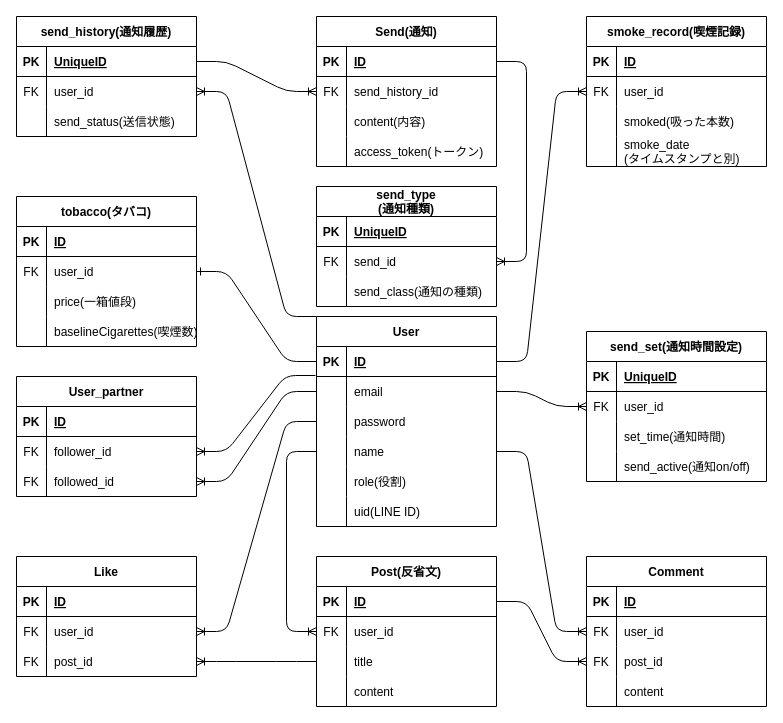
Above: ER図.dio in KotaroSakai/web_app (draw.io), before the change. Source tidied: cells renumbered, new cells numbered last; positions are measured from the earlier drawing's top-left corner, leaving out a move shared by most shapes. Both pictures are drawn from the tidied source at 100%, with x=0, y=0 at pixel (16, 16).
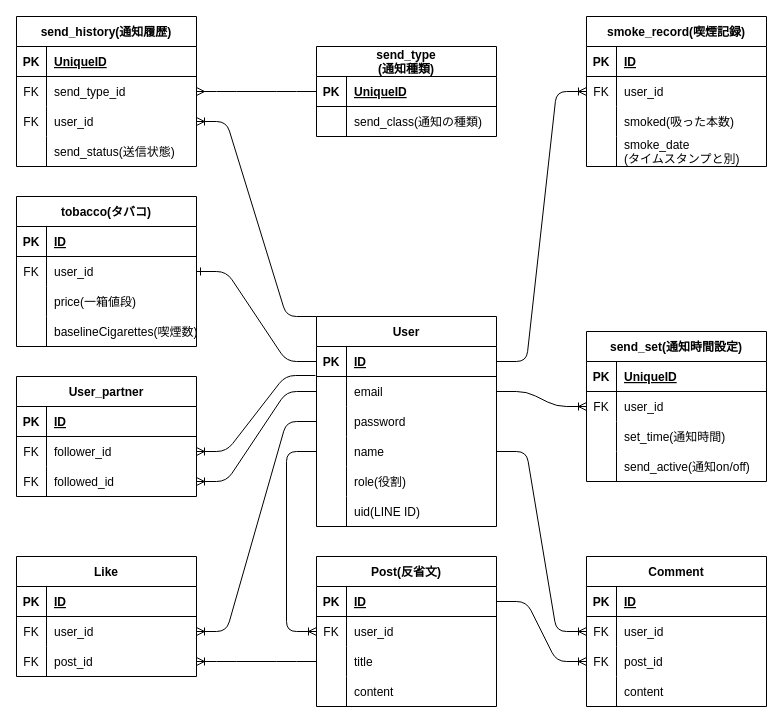
Above is the later version.

Unchanged cells that the change refers to:
```xml
<mxCell id="127" style="shape=tableRow;horizontal=0;startSize=0;swimlaneHead=0;swimlaneBody=0;fillColor=none;points=[[0,0.5],[1,0.5]];portConstraint=eastwest;top=0;left=0;right=0;bottom=1;" parent="126" vertex="1">
  <mxGeometry y="30" width="180" height="30" as="geometry" />
</mxCell>
<mxCell id="139" style="shape=tableRow;horizontal=0;startSize=0;swimlaneHead=0;swimlaneBody=0;fillColor=none;points=[[0,0.5],[1,0.5]];portConstraint=eastwest;top=0;left=0;right=0;bottom=1;" parent="138" vertex="1">
  <mxGeometry y="30" width="180" height="30" as="geometry" />
</mxCell>
```

What changed in the source:
```diff
@@
-    <mxCell id="83" value="Send(通知)" style="shape=table;startSize=30;childLayout=tableLayout;rowLines=0;fontStyle=1;align=center;" parent="1" vertex="1">
-      <mxGeometry x="300" width="180" height="150" as="geometry" />
-    </mxCell>
-    <mxCell id="84" style="shape=tableRow;horizontal=0;startSize=0;swimlaneHead=0;swimlaneBody=0;fillColor=none;points=[[0,0.5],[1,0.5]];portConstraint=eastwest;top=0;left=0;right=0;bottom=1;" parent="83" vertex="1">
-      <mxGeometry y="30" width="180" height="30" as="geometry" />
-    </mxCell>
-    <mxCell id="85" value="PK" style="shape=partialRectangle;fillColor=none;top=0;left=0;bottom=0;right=0;fontStyle=1;overflow=hidden;" parent="84" vertex="1">
-      <mxGeometry width="30" height="30" as="geometry" />
-    </mxCell>
-    <mxCell id="86" value="ID" style="shape=partialRectangle;fillColor=none;top=0;left=0;bottom=0;right=0;align=left;spacingLeft=6;fontStyle=5;overflow=hidden;" parent="84" vertex="1">
-      <mxGeometry x="30" width="150" height="30" as="geometry" />
-    </mxCell>
-    <mxCell id="87" style="shape=tableRow;horizontal=0;startSize=0;swimlaneHead=0;swimlaneBody=0;fillColor=none;points=[[0,0.5],[1,0.5]];portConstraint=eastwest;top=0;left=0;right=0;bottom=0;" parent="83" vertex="1">
-      <mxGeometry y="60" width="180" height="30" as="geometry" />
-    </mxCell>
-    <mxCell id="88" value="FK" style="shape=partialRectangle;fillColor=none;top=0;left=0;bottom=0;right=0;overflow=hidden;" parent="87" vertex="1">
-      <mxGeometry width="30" height="30" as="geometry" />
-    </mxCell>
-    <mxCell id="89" value="send_history_id" style="shape=partialRectangle;fillColor=none;top=0;left=0;bottom=0;right=0;align=left;spacingLeft=6;overflow=hidden;" parent="87" vertex="1">
-      <mxGeometry x="30" width="150" height="30" as="geometry" />
-    </mxCell>
-    <mxCell id="90" style="shape=tableRow;horizontal=0;startSize=0;swimlaneHead=0;swimlaneBody=0;fillColor=none;top=0;left=0;right=0;bottom=0;" parent="83" vertex="1">
-      <mxGeometry y="90" width="180" height="30" as="geometry" />
-    </mxCell>
-    <mxCell id="91" style="shape=partialRectangle;fillColor=none;top=0;left=0;bottom=0;right=0;overflow=hidden;" parent="90" vertex="1">
-      <mxGeometry width="30" height="30" as="geometry" />
-    </mxCell>
-    <mxCell id="92" value="content(内容)" style="shape=partialRectangle;fillColor=none;top=0;left=0;bottom=0;right=0;align=left;spacingLeft=6;overflow=hidden;" parent="90" vertex="1">
-      <mxGeometry x="30" width="150" height="30" as="geometry" />
-    </mxCell>
-    <mxCell id="93" style="shape=tableRow;horizontal=0;startSize=0;swimlaneHead=0;swimlaneBody=0;fillColor=none;top=0;left=0;right=0;bottom=0;" parent="83" vertex="1">
-      <mxGeometry y="120" width="180" height="30" as="geometry" />
-    </mxCell>
-    <mxCell id="94" style="shape=partialRectangle;fillColor=none;top=0;left=0;bottom=0;right=0;overflow=hidden;" parent="93" vertex="1">
-      <mxGeometry width="30" height="30" as="geometry" />
-    </mxCell>
-    <mxCell id="95" value="access_token(トークン)" style="shape=partialRectangle;fillColor=none;top=0;left=0;bottom=0;right=0;align=left;spacingLeft=6;overflow=hidden;" parent="93" vertex="1">
-      <mxGeometry x="30" width="150" height="30" as="geometry" />
-    </mxCell>
@@
     <mxCell id="126" value="send_history(通知履歴)" style="shape=table;startSize=30;childLayout=tableLayout;rowLines=0;fontStyle=1;align=center;" parent="1" vertex="1">
-      <mxGeometry width="180" height="120" as="geometry" />
+      <mxGeometry width="180" height="150" as="geometry" />
     </mxCell>
@@
+    <mxCell id="152" style="shape=tableRow;horizontal=0;startSize=0;swimlaneHead=0;swimlaneBody=0;fillColor=none;points=[[0,0.5],[1,0.5]];portConstraint=eastwest;top=0;left=0;right=0;bottom=0;" parent="126" vertex="1">
+      <mxGeometry y="60" width="180" height="30" as="geometry" />
+    </mxCell>
+    <mxCell id="153" value="FK" style="shape=partialRectangle;fillColor=none;top=0;left=0;bottom=0;right=0;overflow=hidden;" parent="152" vertex="1">
+      <mxGeometry width="30" height="30" as="geometry" />
+    </mxCell>
+    <mxCell id="154" value="send_type_id" style="shape=partialRectangle;fillColor=none;top=0;left=0;bottom=0;right=0;align=left;spacingLeft=6;overflow=hidden;" parent="152" vertex="1">
+      <mxGeometry x="30" width="150" height="30" as="geometry" />
+    </mxCell>
     <mxCell id="130" style="shape=tableRow;horizontal=0;startSize=0;swimlaneHead=0;swimlaneBody=0;fillColor=none;points=[[0,0.5],[1,0.5]];portConstraint=eastwest;top=0;left=0;right=0;bottom=0;" parent="126" vertex="1">
-      <mxGeometry y="60" width="180" height="30" as="geometry" />
+      <mxGeometry y="90" width="180" height="30" as="geometry" />
     </mxCell>
@@
     <mxCell id="133" style="shape=tableRow;horizontal=0;startSize=0;swimlaneHead=0;swimlaneBody=0;fillColor=none;top=0;left=0;right=0;bottom=0;" parent="126" vertex="1">
-      <mxGeometry y="90" width="180" height="30" as="geometry" />
+      <mxGeometry y="120" width="180" height="30" as="geometry" />
     </mxCell>
@@
-    <mxCell id="137" style="edgeStyle=entityRelationEdgeStyle;fontSize=12;html=1;endArrow=ERoneToMany;exitX=1;exitY=0.5;exitDx=0;exitDy=0;entryX=0;entryY=0.5;entryDx=0;entryDy=0;" parent="1" edge="1" source="127" target="87">
-      <mxGeometry relative="1" as="geometry" />
-    </mxCell>
     <mxCell id="138" value="send_type&#10;(通知種類)" style="shape=table;startSize=30;childLayout=tableLayout;rowLines=0;fontStyle=1;align=center;" parent="1" vertex="1">
-      <mxGeometry x="300" y="170" width="180" height="120" as="geometry" />
+      <mxGeometry x="300" y="30" width="180" height="90" as="geometry" />
     </mxCell>
@@
-    <mxCell id="142" style="shape=tableRow;horizontal=0;startSize=0;swimlaneHead=0;swimlaneBody=0;fillColor=none;points=[[0,0.5],[1,0.5]];portConstraint=eastwest;top=0;left=0;right=0;bottom=0;" parent="138" vertex="1">
-      <mxGeometry y="60" width="180" height="30" as="geometry" />
-    </mxCell>
-    <mxCell id="143" value="FK" style="shape=partialRectangle;fillColor=none;top=0;left=0;bottom=0;right=0;overflow=hidden;" parent="142" vertex="1">
-      <mxGeometry width="30" height="30" as="geometry" />
-    </mxCell>
-    <mxCell id="144" value="send_id" style="shape=partialRectangle;fillColor=none;top=0;left=0;bottom=0;right=0;align=left;spacingLeft=6;overflow=hidden;" parent="142" vertex="1">
-      <mxGeometry x="30" width="150" height="30" as="geometry" />
-    </mxCell>
     <mxCell id="145" style="shape=tableRow;horizontal=0;startSize=0;swimlaneHead=0;swimlaneBody=0;fillColor=none;top=0;left=0;right=0;bottom=0;" parent="138" vertex="1">
-      <mxGeometry y="90" width="180" height="30" as="geometry" />
+      <mxGeometry y="60" width="180" height="30" as="geometry" />
     </mxCell>
@@
-    <mxCell id="148" style="edgeStyle=entityRelationEdgeStyle;fontSize=12;html=1;endArrow=ERoneToMany;entryX=1;entryY=0.5;entryDx=0;entryDy=0;exitX=1;exitY=0.5;exitDx=0;exitDy=0;" parent="1" edge="1" source="84" target="142">
-      <mxGeometry relative="1" as="geometry" />
-    </mxCell>
@@
+    <mxCell id="155" style="edgeStyle=entityRelationEdgeStyle;fontSize=12;html=1;endArrow=ERmany;entryX=1;entryY=0.5;entryDx=0;entryDy=0;exitX=0;exitY=0.5;exitDx=0;exitDy=0;" parent="1" edge="1" source="139" target="152">
+      <mxGeometry relative="1" as="geometry" />
+    </mxCell>
```
